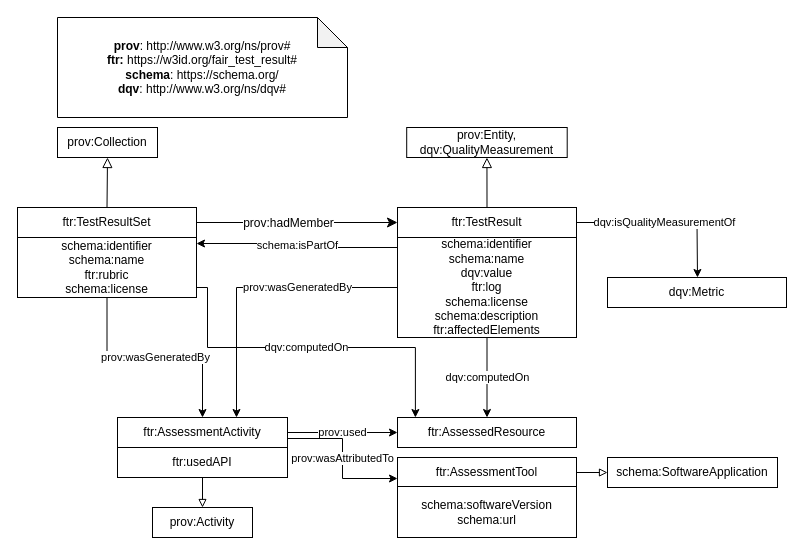
OSTrails/FAIR_assessment_output_specification keeps this draw.io diagram as development/img/FAIRTestResult_diagram.drawio. Above is the earlier version. Source tidied: cells renumbered, new cells numbered last; positions are measured from the earlier drawing's top-left corner, leaving out a move shared by most shapes. Both pictures are drawn from the tidied source at 100%, with x=0, y=0 at pixel (17, 17).
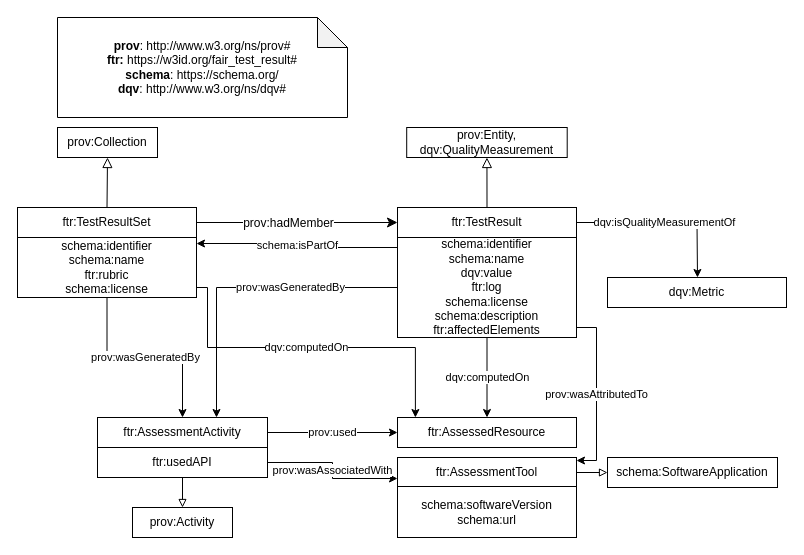
The same page after the edit.

Commit message (it also covers changes not shown here):
Fix issue in prov:wasAttributedTo edge

The change refers to these unchanged cells:
```xml
<mxCell id="14" value="schema:identifier&lt;br&gt;schema:name&lt;br&gt;dqv:value&lt;br&gt;ftr:log&lt;br&gt;schema:license&lt;br&gt;schema:description&lt;br&gt;ftr:affectedElements" style="rounded=0;whiteSpace=wrap;html=1;snapToPoint=1;points=[[0.1,0],[0.2,0],[0.3,0],[0.4,0],[0.5,0],[0.6,0],[0.7,0],[0.8,0],[0.9,0],[0,0.1],[0,0.3],[0,0.5],[0,0.7],[0,0.9],[0.1,1],[0.2,1],[0.3,1],[0.4,1],[0.5,1],[0.6,1],[0.7,1],[0.8,1],[0.9,1],[1,0.1],[1,0.3],[1,0.5],[1,0.7],[1,0.9]];" parent="1" vertex="1">
  <mxGeometry x="380" y="220" width="179" height="100" as="geometry" />
</mxCell>
<mxCell id="27" value="ftr:AssessmentTool" style="rounded=0;whiteSpace=wrap;html=1;snapToPoint=1;points=[[0.1,0],[0.2,0],[0.3,0],[0.4,0],[0.5,0],[0.6,0],[0.7,0],[0.8,0],[0.9,0],[0,0.1],[0,0.3],[0,0.5],[0,0.7],[0,0.9],[0.1,1],[0.2,1],[0.3,1],[0.4,1],[0.5,1],[0.6,1],[0.7,1],[0.8,1],[0.9,1],[1,0.1],[1,0.3],[1,0.5],[1,0.7],[1,0.9]];" parent="1" vertex="1">
  <mxGeometry x="380" y="440" width="179" height="30" as="geometry" />
</mxCell>
```

Change to the diagram source:
```diff
@@
+    <mxCell id="28" value="prov:wasAttributedTo" style="edgeStyle=orthogonalEdgeStyle;rounded=0;jettySize=auto;html=1;exitX=1;exitY=0.9;exitDx=0;exitDy=0;entryX=1;entryY=0.1;entryDx=0;entryDy=0;" parent="1" edge="1" source="14" target="27">
+      <mxGeometry relative="1" as="geometry" />
+    </mxCell>
@@
     <mxCell id="22" value="ftr:AssessmentActivity" style="rounded=0;whiteSpace=wrap;html=1;snapToPoint=1;points=[[0.1,0],[0.2,0],[0.3,0],[0.4,0],[0.5,0],[0.6,0],[0.7,0],[0.8,0],[0.9,0],[0,0.1],[0,0.3],[0,0.5],[0,0.7],[0,0.9],[0.1,1],[0.2,1],[0.3,1],[0.4,1],[0.5,1],[0.6,1],[0.7,1],[0.8,1],[0.9,1],[1,0.1],[1,0.3],[1,0.5],[1,0.7],[1,0.9]];" parent="1" vertex="1">
-      <mxGeometry x="100" y="400" width="170" height="30" as="geometry" />
+      <mxGeometry x="80" y="400" width="170" height="30" as="geometry" />
     </mxCell>
@@
     <mxCell id="24" value="prov:Activity" style="rounded=0;whiteSpace=wrap;html=1;snapToPoint=1;points=[[0.1,0],[0.2,0],[0.3,0],[0.4,0],[0.5,0],[0.6,0],[0.7,0],[0.8,0],[0.9,0],[0,0.1],[0,0.3],[0,0.5],[0,0.7],[0,0.9],[0.1,1],[0.2,1],[0.3,1],[0.4,1],[0.5,1],[0.6,1],[0.7,1],[0.8,1],[0.9,1],[1,0.1],[1,0.3],[1,0.5],[1,0.7],[1,0.9]];" parent="1" vertex="1">
-      <mxGeometry x="135" y="490" width="100" height="30" as="geometry" />
+      <mxGeometry x="115" y="490" width="100" height="30" as="geometry" />
     </mxCell>
+    <mxCell id="31" value="prov:wasAssociatedWith" style="edgeStyle=orthogonalEdgeStyle;rounded=0;jettySize=auto;html=1;exitX=1;exitY=0.5;exitDx=0;exitDy=0;entryX=0;entryY=0.7;entryDx=0;entryDy=0;" parent="1" edge="1" source="25" target="27">
+      <mxGeometry relative="1" as="geometry" />
+    </mxCell>
     <mxCell id="25" value="ftr:usedAPI" style="rounded=0;whiteSpace=wrap;html=1;snapToPoint=1;points=[[0.1,0],[0.2,0],[0.3,0],[0.4,0],[0.5,0],[0.6,0],[0.7,0],[0.8,0],[0.9,0],[0,0.1],[0,0.3],[0,0.5],[0,0.7],[0,0.9],[0.1,1],[0.2,1],[0.3,1],[0.4,1],[0.5,1],[0.6,1],[0.7,1],[0.8,1],[0.9,1],[1,0.1],[1,0.3],[1,0.5],[1,0.7],[1,0.9]];" parent="1" vertex="1">
-      <mxGeometry x="100" y="430" width="170" height="30" as="geometry" />
+      <mxGeometry x="80" y="430" width="170" height="30" as="geometry" />
     </mxCell>
@@
-    <mxCell id="28" value="prov:wasAttributedTo" style="edgeStyle=orthogonalEdgeStyle;rounded=0;jettySize=auto;html=1;exitX=1;exitY=0.7;exitDx=0;exitDy=0;entryX=0;entryY=0.7;entryDx=0;entryDy=0;" parent="1" edge="1" source="22" target="27">
-      <mxGeometry relative="1" as="geometry" />
-    </mxCell>
```
